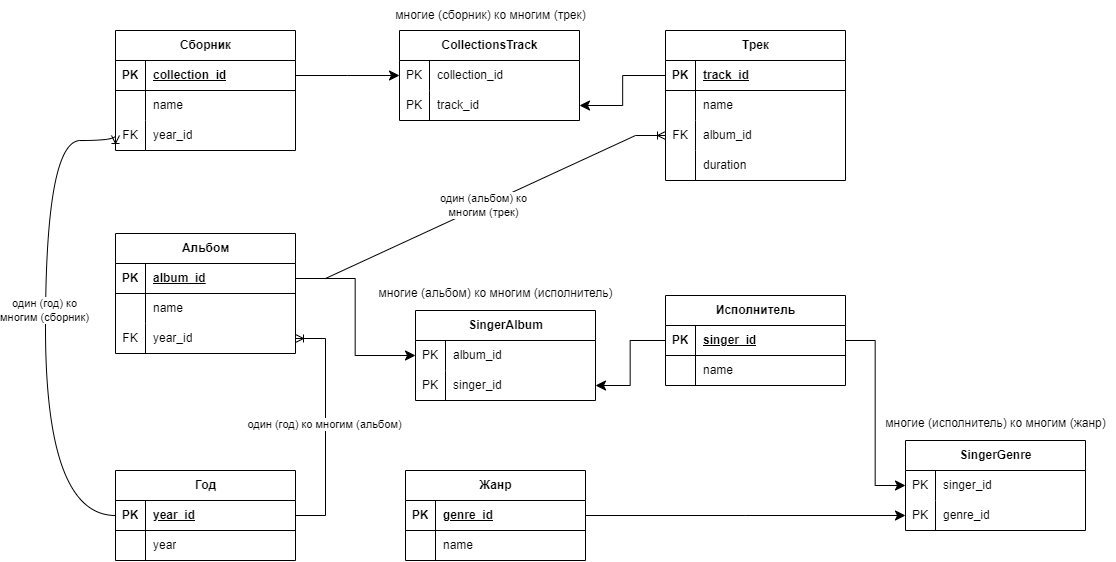
Before: База.drawio.png, a diagram exported from draw.io (bag2000/netology-students). Source tidied: cells renumbered, new cells last; positions are measured from the earlier drawing's top-left corner, leaving out a move shared by most shapes.
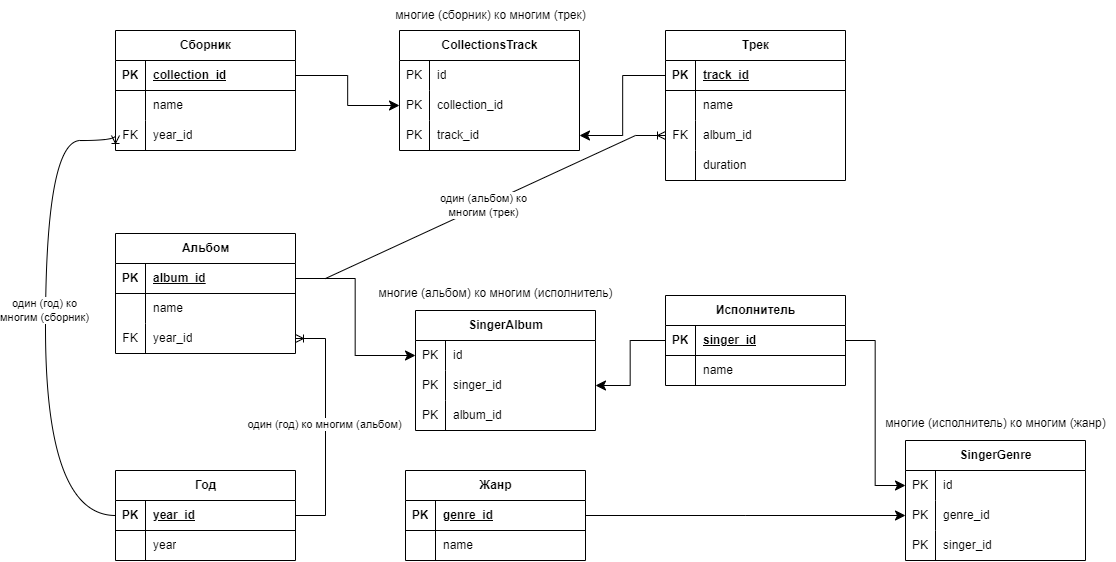
Above is the later version.

Commit message:
Изменена база (схема)

The edit, as a diff of the source:
```diff
@@ -190,10 +190,19 @@
       <mxGeometry x="0.06" y="1" relative="1" as="geometry" />
     </mxCell>
     <mxCell id="62" value="CollectionsTrack" style="shape=table;startSize=30;rowLines=0;fontStyle=1;align=center;html=1;" parent="1" vertex="1">
-      <mxGeometry x="354" y="30" width="180" height="90" as="geometry" />
+      <mxGeometry x="354" y="30" width="180" height="120" as="geometry" />
     </mxCell>
+    <mxCell id="92" style="shape=tableRow;horizontal=0;startSize=0;swimlaneHead=0;swimlaneBody=0;fillColor=none;top=0;left=0;right=0;bottom=0;" parent="62" vertex="1">
+      <mxGeometry y="30" width="180" height="30" as="geometry" />
+    </mxCell>
+    <mxCell id="93" value="PK" style="shape=partialRectangle;fillColor=none;top=0;left=0;bottom=0;right=0;overflow=hidden;whiteSpace=wrap;html=1;" parent="92" vertex="1">
+      <mxGeometry width="30" height="30" as="geometry" />
+    </mxCell>
+    <mxCell id="94" value="id" style="shape=partialRectangle;fillColor=none;top=0;left=0;bottom=0;right=0;align=left;spacingLeft=6;overflow=hidden;whiteSpace=wrap;html=1;" parent="92" vertex="1">
+      <mxGeometry x="30" width="150" height="30" as="geometry" />
+    </mxCell>
     <mxCell id="63" style="shape=tableRow;horizontal=0;startSize=0;swimlaneHead=0;swimlaneBody=0;fillColor=none;points=[[0,0.5],[1,0.5]];portConstraint=eastwest;top=0;left=0;right=0;bottom=0;" parent="62" vertex="1">
-      <mxGeometry y="30" width="180" height="30" as="geometry" />
+      <mxGeometry y="60" width="180" height="30" as="geometry" />
     </mxCell>
     <mxCell id="64" value="PK" style="shape=partialRectangle;fillColor=none;top=0;left=0;bottom=0;right=0;overflow=hidden;whiteSpace=wrap;html=1;" parent="63" vertex="1">
       <mxGeometry width="30" height="30" as="geometry" />
@@ -202,7 +211,7 @@
       <mxGeometry x="30" width="150" height="30" as="geometry" />
     </mxCell>
     <mxCell id="66" style="shape=tableRow;horizontal=0;startSize=0;swimlaneHead=0;swimlaneBody=0;fillColor=none;points=[[0,0.5],[1,0.5]];portConstraint=eastwest;top=0;left=0;right=0;bottom=0;" parent="62" vertex="1">
-      <mxGeometry y="60" width="180" height="30" as="geometry" />
+      <mxGeometry y="90" width="180" height="30" as="geometry" />
     </mxCell>
     <mxCell id="67" value="PK" style="shape=partialRectangle;fillColor=none;top=0;left=0;bottom=0;right=0;overflow=hidden;whiteSpace=wrap;html=1;" parent="66" vertex="1">
       <mxGeometry width="30" height="30" as="geometry" />
@@ -214,7 +223,7 @@
       <mxGeometry x="340" width="210" height="30" as="geometry" />
     </mxCell>
     <mxCell id="70" value="SingerAlbum" style="shape=table;startSize=30;rowLines=0;fontStyle=1;align=center;html=1;" parent="1" vertex="1">
-      <mxGeometry x="370" y="310" width="180" height="90" as="geometry" />
+      <mxGeometry x="370" y="310" width="180" height="120" as="geometry" />
     </mxCell>
     <mxCell id="71" style="shape=tableRow;horizontal=0;startSize=0;swimlaneHead=0;swimlaneBody=0;fillColor=none;points=[[0,0.5],[1,0.5]];portConstraint=eastwest;top=0;left=0;right=0;bottom=0;" parent="70" vertex="1">
       <mxGeometry y="30" width="180" height="30" as="geometry" />
@@ -222,7 +231,7 @@
     <mxCell id="72" value="PK" style="shape=partialRectangle;fillColor=none;top=0;left=0;bottom=0;right=0;overflow=hidden;whiteSpace=wrap;html=1;" parent="71" vertex="1">
       <mxGeometry width="30" height="30" as="geometry" />
     </mxCell>
-    <mxCell id="73" value="album_id" style="shape=partialRectangle;fillColor=none;top=0;left=0;bottom=0;right=0;align=left;spacingLeft=6;overflow=hidden;whiteSpace=wrap;html=1;" parent="71" vertex="1">
+    <mxCell id="73" value="id" style="shape=partialRectangle;fillColor=none;top=0;left=0;bottom=0;right=0;align=left;spacingLeft=6;overflow=hidden;whiteSpace=wrap;html=1;" parent="71" vertex="1">
       <mxGeometry x="30" width="150" height="30" as="geometry" />
     </mxCell>
     <mxCell id="74" style="shape=tableRow;horizontal=0;startSize=0;swimlaneHead=0;swimlaneBody=0;fillColor=none;points=[[0,0.5],[1,0.5]];portConstraint=eastwest;top=0;left=0;right=0;bottom=0;" parent="70" vertex="1">
@@ -234,6 +243,15 @@
     <mxCell id="76" value="singer_id" style="shape=partialRectangle;fillColor=none;top=0;left=0;bottom=0;right=0;align=left;spacingLeft=6;overflow=hidden;whiteSpace=wrap;html=1;" parent="74" vertex="1">
       <mxGeometry x="30" width="150" height="30" as="geometry" />
     </mxCell>
+    <mxCell id="95" style="shape=tableRow;horizontal=0;startSize=0;swimlaneHead=0;swimlaneBody=0;fillColor=none;top=0;left=0;right=0;bottom=0;" parent="70" vertex="1">
+      <mxGeometry y="90" width="180" height="30" as="geometry" />
+    </mxCell>
+    <mxCell id="96" value="PK" style="shape=partialRectangle;fillColor=none;top=0;left=0;bottom=0;right=0;overflow=hidden;whiteSpace=wrap;html=1;" parent="95" vertex="1">
+      <mxGeometry width="30" height="30" as="geometry" />
+    </mxCell>
+    <mxCell id="97" value="album_id" style="shape=partialRectangle;fillColor=none;top=0;left=0;bottom=0;right=0;align=left;spacingLeft=6;overflow=hidden;whiteSpace=wrap;html=1;" parent="95" vertex="1">
+      <mxGeometry x="30" width="150" height="30" as="geometry" />
+    </mxCell>
     <mxCell id="77" style="edgeStyle=elbowEdgeStyle;elbow=horizontal;endArrow=classic;html=1;curved=0;rounded=0;endSize=8;startSize=8;" parent="1" edge="1" source="16" target="71">
       <mxGeometry relative="1" as="geometry" />
     </mxCell>
@@ -250,7 +268,7 @@
       <mxGeometry x="320" y="278" width="260" height="30" as="geometry" />
     </mxCell>
     <mxCell id="82" value="SingerGenre" style="shape=table;startSize=30;rowLines=0;fontStyle=1;align=center;html=1;" parent="1" vertex="1">
-      <mxGeometry x="860" y="440" width="180" height="90" as="geometry" />
+      <mxGeometry x="860" y="440" width="180" height="120" as="geometry" />
     </mxCell>
     <mxCell id="83" style="shape=tableRow;horizontal=0;startSize=0;swimlaneHead=0;swimlaneBody=0;fillColor=none;points=[[0,0.5],[1,0.5]];portConstraint=eastwest;top=0;left=0;right=0;bottom=0;" parent="82" vertex="1">
       <mxGeometry y="30" width="180" height="30" as="geometry" />
@@ -258,7 +276,7 @@
     <mxCell id="84" value="PK" style="shape=partialRectangle;fillColor=none;top=0;left=0;bottom=0;right=0;overflow=hidden;whiteSpace=wrap;html=1;" parent="83" vertex="1">
       <mxGeometry width="30" height="30" as="geometry" />
     </mxCell>
-    <mxCell id="85" value="singer_id" style="shape=partialRectangle;fillColor=none;top=0;left=0;bottom=0;right=0;align=left;spacingLeft=6;overflow=hidden;whiteSpace=wrap;html=1;" parent="83" vertex="1">
+    <mxCell id="85" value="id" style="shape=partialRectangle;fillColor=none;top=0;left=0;bottom=0;right=0;align=left;spacingLeft=6;overflow=hidden;whiteSpace=wrap;html=1;" parent="83" vertex="1">
       <mxGeometry x="30" width="150" height="30" as="geometry" />
     </mxCell>
     <mxCell id="86" style="shape=tableRow;horizontal=0;startSize=0;swimlaneHead=0;swimlaneBody=0;fillColor=none;points=[[0,0.5],[1,0.5]];portConstraint=eastwest;top=0;left=0;right=0;bottom=0;" parent="82" vertex="1">
@@ -270,6 +288,15 @@
     <mxCell id="88" value="genre_id" style="shape=partialRectangle;fillColor=none;top=0;left=0;bottom=0;right=0;align=left;spacingLeft=6;overflow=hidden;whiteSpace=wrap;html=1;" parent="86" vertex="1">
       <mxGeometry x="30" width="150" height="30" as="geometry" />
     </mxCell>
+    <mxCell id="98" style="shape=tableRow;horizontal=0;startSize=0;swimlaneHead=0;swimlaneBody=0;fillColor=none;top=0;left=0;right=0;bottom=0;" parent="82" vertex="1">
+      <mxGeometry y="90" width="180" height="30" as="geometry" />
+    </mxCell>
+    <mxCell id="99" value="PK" style="shape=partialRectangle;fillColor=none;top=0;left=0;bottom=0;right=0;overflow=hidden;whiteSpace=wrap;html=1;" parent="98" vertex="1">
+      <mxGeometry width="30" height="30" as="geometry" />
+    </mxCell>
+    <mxCell id="100" value="singer_id" style="shape=partialRectangle;fillColor=none;top=0;left=0;bottom=0;right=0;align=left;spacingLeft=6;overflow=hidden;whiteSpace=wrap;html=1;" parent="98" vertex="1">
+      <mxGeometry x="30" width="150" height="30" as="geometry" />
+    </mxCell>
     <mxCell id="89" style="edgeStyle=elbowEdgeStyle;elbow=horizontal;endArrow=classic;html=1;curved=0;rounded=0;endSize=8;startSize=8;" parent="1" edge="1" source="40" target="86">
       <mxGeometry relative="1" as="geometry" />
     </mxCell>
```
